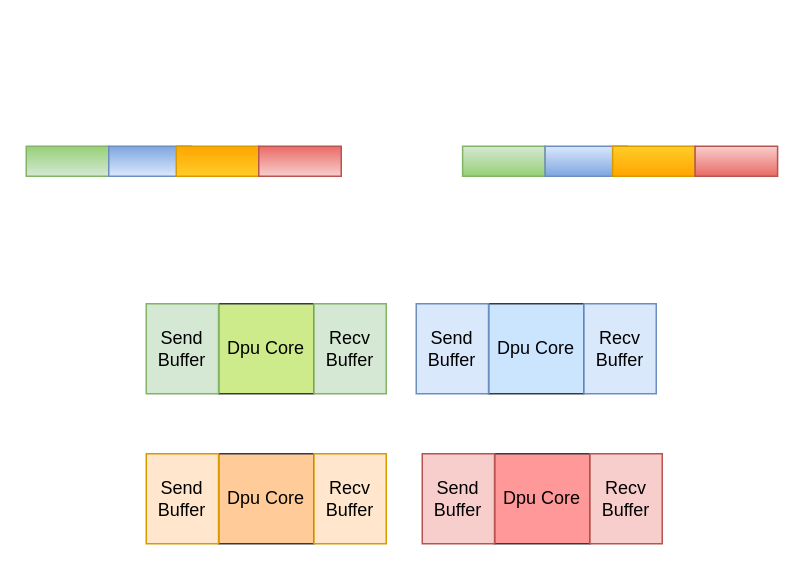
cnissnzg/picture keeps this draw.io diagram as p2.drawio. Above is the earlier version. Source tidied: cells renumbered, new cells numbered last; positions are measured from the earlier drawing's top-left corner, leaving out a move shared by most shapes. Both pictures are drawn from the tidied source at 150%, with x=0, y=0 at pixel (26, 146).
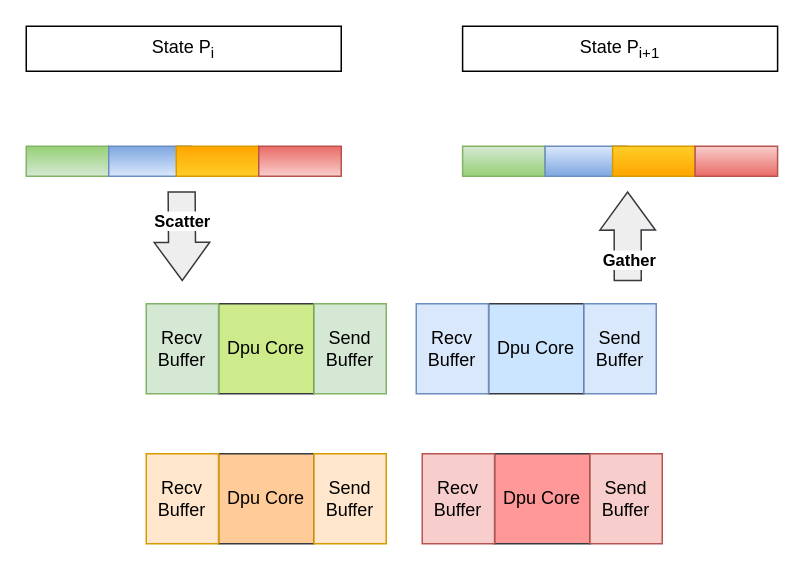
Above is the later version.

Diff of the diagram source:
```diff
@@
-    <mxCell id="7" value="Recv&lt;br&gt;Buffer" style="rounded=0;whiteSpace=wrap;html=1;fillColor=#dae8fc;strokeColor=#6c8ebf;" parent="1" vertex="1">
+    <mxCell id="7" value="Send&lt;br&gt;Buffer" style="rounded=0;whiteSpace=wrap;html=1;fillColor=#dae8fc;strokeColor=#6c8ebf;" parent="1" vertex="1">
       <mxGeometry x="371.8" y="105" width="48.2" height="60" as="geometry" />
     </mxCell>
-    <mxCell id="8" value="Send&lt;br&gt;Buffer" style="rounded=0;whiteSpace=wrap;html=1;fillColor=#dae8fc;strokeColor=#6c8ebf;" parent="1" vertex="1">
+    <mxCell id="8" value="Recv&lt;br&gt;Buffer" style="rounded=0;whiteSpace=wrap;html=1;fillColor=#dae8fc;strokeColor=#6c8ebf;" parent="1" vertex="1">
       <mxGeometry x="260" y="105" width="48.2" height="60" as="geometry" />
     </mxCell>
@@
-    <mxCell id="10" value="Recv&lt;br&gt;Buffer" style="rounded=0;whiteSpace=wrap;html=1;fillColor=#f8cecc;strokeColor=#b85450;" parent="1" vertex="1">
+    <mxCell id="10" value="Send&lt;br&gt;Buffer" style="rounded=0;whiteSpace=wrap;html=1;fillColor=#f8cecc;strokeColor=#b85450;" parent="1" vertex="1">
       <mxGeometry x="375.8" y="205" width="48.2" height="60" as="geometry" />
     </mxCell>
-    <mxCell id="11" value="Send&lt;br&gt;Buffer" style="rounded=0;whiteSpace=wrap;html=1;fillColor=#f8cecc;strokeColor=#b85450;" parent="1" vertex="1">
+    <mxCell id="11" value="Recv&lt;br&gt;Buffer" style="rounded=0;whiteSpace=wrap;html=1;fillColor=#f8cecc;strokeColor=#b85450;" parent="1" vertex="1">
       <mxGeometry x="264" y="205" width="48.2" height="60" as="geometry" />
     </mxCell>
@@
-    <mxCell id="13" value="Recv&lt;br&gt;Buffer" style="rounded=0;whiteSpace=wrap;html=1;fillColor=#d5e8d4;strokeColor=#82b366;" parent="1" vertex="1">
+    <mxCell id="13" value="Send&lt;br&gt;Buffer" style="rounded=0;whiteSpace=wrap;html=1;fillColor=#d5e8d4;strokeColor=#82b366;" parent="1" vertex="1">
       <mxGeometry x="191.8" y="105" width="48.2" height="60" as="geometry" />
     </mxCell>
-    <mxCell id="14" value="Send&lt;br&gt;Buffer" style="rounded=0;whiteSpace=wrap;html=1;fillColor=#d5e8d4;strokeColor=#82b366;" parent="1" vertex="1">
+    <mxCell id="14" value="Recv&lt;br&gt;Buffer" style="rounded=0;whiteSpace=wrap;html=1;fillColor=#d5e8d4;strokeColor=#82b366;" parent="1" vertex="1">
       <mxGeometry x="80" y="105" width="48.2" height="60" as="geometry" />
     </mxCell>
@@
-    <mxCell id="16" value="Recv&lt;br&gt;Buffer" style="rounded=0;whiteSpace=wrap;html=1;fillColor=#ffe6cc;strokeColor=#d79b00;" parent="1" vertex="1">
+    <mxCell id="16" value="Send&lt;br&gt;Buffer" style="rounded=0;whiteSpace=wrap;html=1;fillColor=#ffe6cc;strokeColor=#d79b00;" parent="1" vertex="1">
       <mxGeometry x="191.8" y="205" width="48.2" height="60" as="geometry" />
     </mxCell>
-    <mxCell id="17" value="Send&lt;br&gt;Buffer" style="rounded=0;whiteSpace=wrap;html=1;fillColor=#ffe6cc;strokeColor=#d79b00;" parent="1" vertex="1">
+    <mxCell id="17" value="Recv&lt;br&gt;Buffer" style="rounded=0;whiteSpace=wrap;html=1;fillColor=#ffe6cc;strokeColor=#d79b00;" parent="1" vertex="1">
       <mxGeometry x="80" y="205" width="48.2" height="60" as="geometry" />
     </mxCell>
@@
+    <mxCell id="22" style="shape=flexArrow;endArrow=classic;html=1;rounded=0;endWidth=18;endSize=8.13;width=18;fillColor=#eeeeee;strokeColor=#36393d;" parent="1" edge="1">
+      <mxGeometry relative="1" as="geometry">
+        <mxPoint x="103.6" y="30" as="sourcePoint" />
+        <mxPoint x="104" y="90" as="targetPoint" />
+      </mxGeometry>
+    </mxCell>
+    <mxCell id="23" value="&lt;b&gt;Scatter&lt;/b&gt;" style="edgeLabel;html=1;align=center;verticalAlign=middle;" parent="22" vertex="1">
+      <mxGeometry x="-0.05" y="3" relative="1" as="geometry">
+        <mxPoint x="-3" y="-9" as="offset" />
+      </mxGeometry>
+    </mxCell>
+    <mxCell id="24" style="shape=flexArrow;endArrow=classic;html=1;rounded=0;endWidth=18;endSize=8.13;width=18;fillColor=#eeeeee;strokeColor=#36393d;" parent="1" edge="1">
+      <mxGeometry relative="1" as="geometry">
+        <mxPoint x="401" y="90" as="sourcePoint" />
+        <mxPoint x="400.9" y="30" as="targetPoint" />
+      </mxGeometry>
+    </mxCell>
+    <mxCell id="25" value="&lt;b&gt;Gather&lt;/b&gt;" style="edgeLabel;html=1;align=center;verticalAlign=middle;" parent="24" vertex="1">
+      <mxGeometry x="-0.05" y="3" relative="1" as="geometry">
+        <mxPoint x="4" y="14" as="offset" />
+      </mxGeometry>
+    </mxCell>
+    <mxCell id="26" value="State P&lt;sub&gt;i&lt;/sub&gt;" style="rounded=0;whiteSpace=wrap;html=1;" parent="1" vertex="1">
+      <mxGeometry y="-80" width="210" height="30" as="geometry" />
+    </mxCell>
+    <mxCell id="27" value="State P&lt;sub&gt;i+1&lt;/sub&gt;" style="rounded=0;whiteSpace=wrap;html=1;" parent="1" vertex="1">
+      <mxGeometry x="290.9" y="-80" width="210" height="30" as="geometry" />
+    </mxCell>
```
